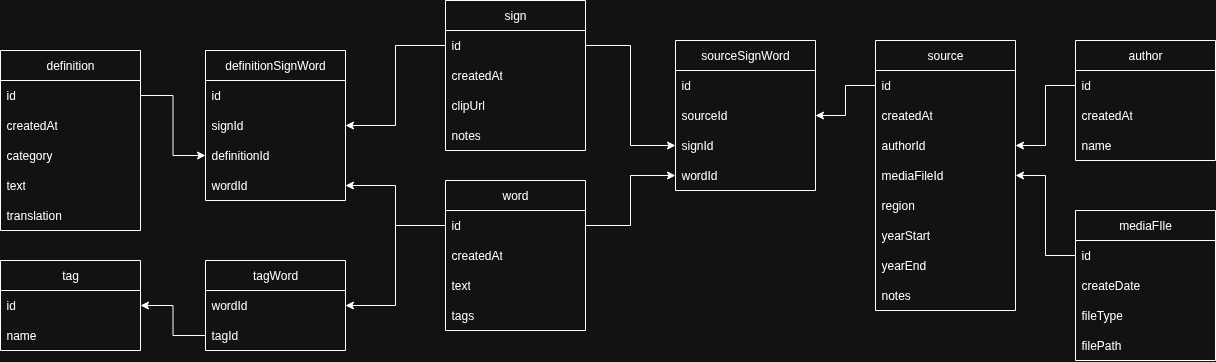
The draw.io diagram database_schema.png in Hoinkas/SignArchive, before a commit. Source tidied: cells renumbered, new cells last; positions are measured from the earlier drawing's top-left corner, leaving out a move shared by most shapes.
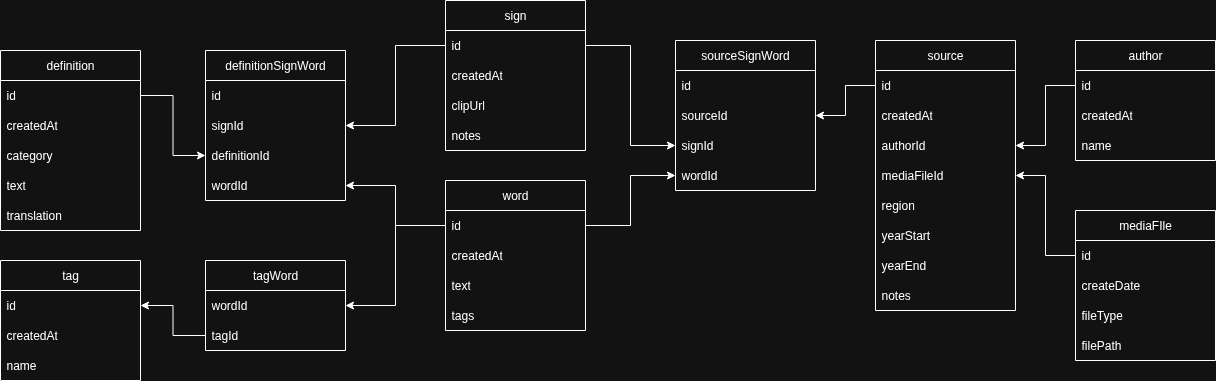
After the change.

Commit message:
Fixed wrong name of png

The edit, as a diff of the source:
```diff
@@ -159,13 +159,16 @@
       <mxGeometry relative="1" as="geometry" />
     </mxCell>
     <mxCell id="54" value="tag" style="swimlane;fontStyle=0;horizontal=1;startSize=30;whiteSpace=wrap;html=1;" parent="1" vertex="1">
-      <mxGeometry y="260" width="140" height="90" as="geometry" />
+      <mxGeometry y="260" width="140" height="120" as="geometry" />
     </mxCell>
     <mxCell id="55" value="id" style="text;strokeColor=none;fillColor=none;align=left;verticalAlign=middle;spacingLeft=4;spacingRight=4;overflow=hidden;points=[[0,0.5],[1,0.5]];portConstraint=eastwest;whiteSpace=wrap;html=1;" parent="54" vertex="1">
       <mxGeometry y="30" width="140" height="30" as="geometry" />
     </mxCell>
+    <mxCell id="62" value="createdAt" style="text;strokeColor=none;fillColor=none;align=left;verticalAlign=middle;spacingLeft=4;spacingRight=4;overflow=hidden;whiteSpace=wrap;html=1;" parent="54" vertex="1">
+      <mxGeometry y="60" width="140" height="30" as="geometry" />
+    </mxCell>
     <mxCell id="56" value="name" style="text;strokeColor=none;fillColor=none;align=left;verticalAlign=middle;spacingLeft=4;spacingRight=4;overflow=hidden;whiteSpace=wrap;html=1;" parent="54" vertex="1">
-      <mxGeometry y="60" width="140" height="30" as="geometry" />
+      <mxGeometry y="90" width="140" height="30" as="geometry" />
     </mxCell>
     <mxCell id="57" value="tagWord" style="swimlane;fontStyle=0;horizontal=1;startSize=30;whiteSpace=wrap;html=1;" parent="1" vertex="1">
       <mxGeometry x="205" y="260" width="140" height="90" as="geometry" />
```
